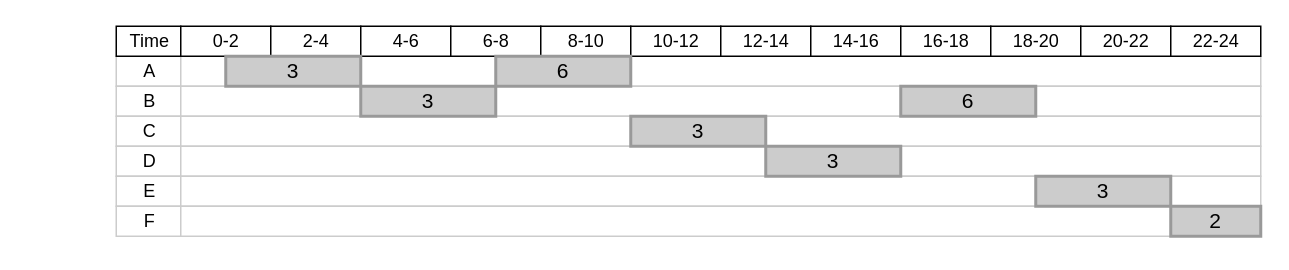
Before: 未命名绘图.drawio in ThisisXXZ/catcher-smoke-test, a draw.io diagram. Source tidied: cells renumbered, new cells numbered last; positions are measured from the earlier drawing's top-left corner, leaving out a move shared by most shapes. Both pictures are drawn from the tidied source at 150%, with x=0, y=0 at pixel (116, 26).
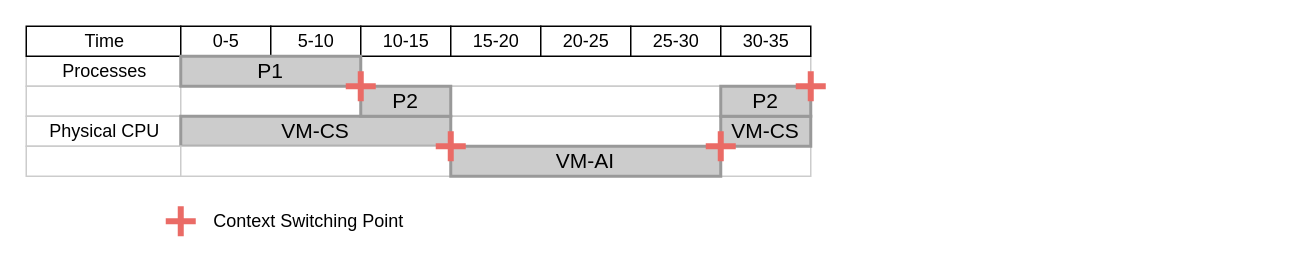
The same diagram, later.

Commit message:
更新未命名绘图.drawio

The edit, as a diff of the source:
```diff
@@
-    <mxCell id="2" value="A" style="align=center;strokeColor=#CCCCCC;html=1;" parent="1" vertex="1">
-      <mxGeometry y="20" width="43" height="20" as="geometry" />
+    <mxCell id="2" value="Processes" style="align=center;strokeColor=#CCCCCC;html=1;" parent="1" vertex="1">
+      <mxGeometry x="-60" y="20" width="103" height="20" as="geometry" />
     </mxCell>
-    <mxCell id="3" value="B" style="align=center;strokeColor=#CCCCCC;html=1;" parent="1" vertex="1">
-      <mxGeometry y="40" width="43" height="20" as="geometry" />
+    <mxCell id="3" style="align=center;strokeColor=#CCCCCC;html=1;" parent="1" vertex="1">
+      <mxGeometry x="-60" y="40" width="103" height="20" as="geometry" />
     </mxCell>
-    <mxCell id="4" value="C" style="align=center;strokeColor=#CCCCCC;html=1;" parent="1" vertex="1">
-      <mxGeometry y="60" width="43" height="20" as="geometry" />
+    <mxCell id="4" value="Physical CPU" style="align=center;strokeColor=#CCCCCC;html=1;" parent="1" vertex="1">
+      <mxGeometry x="-60" y="60" width="103" height="20" as="geometry" />
     </mxCell>
-    <mxCell id="5" value="D" style="align=center;strokeColor=#CCCCCC;html=1;" parent="1" vertex="1">
-      <mxGeometry y="80" width="43" height="20" as="geometry" />
-    </mxCell>
-    <mxCell id="6" value="E" style="align=center;strokeColor=#CCCCCC;html=1;" parent="1" vertex="1">
-      <mxGeometry y="100" width="43" height="20" as="geometry" />
-    </mxCell>
-    <mxCell id="7" value="F" style="align=center;strokeColor=#CCCCCC;html=1;" parent="1" vertex="1">
-      <mxGeometry y="120" width="43" height="20" as="geometry" />
-    </mxCell>
     <mxCell id="8" value="Time" style="strokeWidth=1;fontStyle=0;html=1;" parent="1" vertex="1">
-      <mxGeometry width="43" height="20" as="geometry" />
+      <mxGeometry x="-60" width="103" height="20" as="geometry" />
     </mxCell>
     <mxCell id="9" style="align=left;strokeColor=#CCCCCC;html=1;" parent="1" vertex="1">
-      <mxGeometry x="43" y="20" width="720" height="20" as="geometry" />
+      <mxGeometry x="43" y="20" width="420" height="20" as="geometry" />
     </mxCell>
-    <mxCell id="10" value="0-2" style="strokeWidth=1;fontStyle=0;html=1;" parent="1" vertex="1">
+    <mxCell id="10" value="0-5" style="strokeWidth=1;fontStyle=0;html=1;" parent="1" vertex="1">
       <mxGeometry x="43" width="60" height="20" as="geometry" />
     </mxCell>
-    <mxCell id="11" value="2-4" style="strokeWidth=1;fontStyle=0;html=1;" parent="1" vertex="1">
+    <mxCell id="11" value="5-10" style="strokeWidth=1;fontStyle=0;html=1;" parent="1" vertex="1">
       <mxGeometry x="103" width="60" height="20" as="geometry" />
     </mxCell>
-    <mxCell id="12" value="4-6" style="strokeWidth=1;fontStyle=0;html=1;" parent="1" vertex="1">
+    <mxCell id="12" value="10-15" style="strokeWidth=1;fontStyle=0;html=1;" parent="1" vertex="1">
       <mxGeometry x="163" width="60" height="20" as="geometry" />
     </mxCell>
-    <mxCell id="13" value="6-8" style="strokeWidth=1;fontStyle=0;html=1;" parent="1" vertex="1">
+    <mxCell id="13" value="15-20" style="strokeWidth=1;fontStyle=0;html=1;" parent="1" vertex="1">
       <mxGeometry x="223" width="60" height="20" as="geometry" />
     </mxCell>
-    <mxCell id="14" value="8-10" style="strokeWidth=1;fontStyle=0;html=1;" parent="1" vertex="1">
+    <mxCell id="14" value="20-25" style="strokeWidth=1;fontStyle=0;html=1;" parent="1" vertex="1">
       <mxGeometry x="283" width="60" height="20" as="geometry" />
     </mxCell>
-    <mxCell id="15" value="10-12" style="strokeWidth=1;fontStyle=0;html=1;" parent="1" vertex="1">
+    <mxCell id="15" value="25-30" style="strokeWidth=1;fontStyle=0;html=1;" parent="1" vertex="1">
       <mxGeometry x="343" width="60" height="20" as="geometry" />
     </mxCell>
-    <mxCell id="16" value="12-14" style="strokeWidth=1;fontStyle=0;html=1;" parent="1" vertex="1">
+    <mxCell id="16" value="30-35" style="strokeWidth=1;fontStyle=0;html=1;" parent="1" vertex="1">
       <mxGeometry x="403" width="60" height="20" as="geometry" />
     </mxCell>
-    <mxCell id="17" value="14-16" style="strokeWidth=1;fontStyle=0;html=1;" parent="1" vertex="1">
-      <mxGeometry x="463" width="60" height="20" as="geometry" />
-    </mxCell>
-    <mxCell id="18" value="16-18" style="strokeWidth=1;fontStyle=0;html=1;" parent="1" vertex="1">
-      <mxGeometry x="523" width="60" height="20" as="geometry" />
-    </mxCell>
-    <mxCell id="19" value="18-20" style="strokeWidth=1;fontStyle=0;html=1;" parent="1" vertex="1">
-      <mxGeometry x="583" width="60" height="20" as="geometry" />
-    </mxCell>
-    <mxCell id="20" value="20-22" style="strokeWidth=1;fontStyle=0;html=1;" parent="1" vertex="1">
-      <mxGeometry x="643" width="60" height="20" as="geometry" />
-    </mxCell>
-    <mxCell id="21" value="22-24" style="strokeWidth=1;fontStyle=0;html=1;" parent="1" vertex="1">
-      <mxGeometry x="703" width="60" height="20" as="geometry" />
-    </mxCell>
     <mxCell id="22" style="align=left;strokeColor=#CCCCCC;html=1;" parent="1" vertex="1">
-      <mxGeometry x="43" y="40" width="720" height="20" as="geometry" />
+      <mxGeometry x="43" y="40" width="420" height="20" as="geometry" />
     </mxCell>
     <mxCell id="23" style="align=left;strokeColor=#CCCCCC;html=1;" parent="1" vertex="1">
-      <mxGeometry x="43" y="60" width="720" height="20" as="geometry" />
+      <mxGeometry x="43" y="60" width="420" height="20" as="geometry" />
     </mxCell>
-    <mxCell id="24" style="align=left;strokeColor=#CCCCCC;html=1;" parent="1" vertex="1">
-      <mxGeometry x="43" y="80" width="720" height="20" as="geometry" />
-    </mxCell>
-    <mxCell id="25" style="align=left;strokeColor=#CCCCCC;html=1;" parent="1" vertex="1">
-      <mxGeometry x="43" y="100" width="720" height="20" as="geometry" />
-    </mxCell>
-    <mxCell id="26" style="align=left;strokeColor=#CCCCCC;html=1;" parent="1" vertex="1">
-      <mxGeometry x="43" y="120" width="720" height="20" as="geometry" />
-    </mxCell>
-    <mxCell id="27" value="3" style="whiteSpace=wrap;html=1;strokeWidth=2;fillColor=#CCCCCC;gradientColor=none;fontSize=14;align=center;strokeColor=#999999;" parent="1" vertex="1">
-      <mxGeometry x="73" y="20" width="90" height="20" as="geometry" />
+    <mxCell id="27" value="VM-CS" style="whiteSpace=wrap;html=1;strokeWidth=2;fillColor=#CCCCCC;gradientColor=none;fontSize=14;align=center;strokeColor=#999999;" parent="1" vertex="1">
+      <mxGeometry x="43" y="60" width="180" height="20" as="geometry" />
     </mxCell>
-    <mxCell id="28" value="3" style="whiteSpace=wrap;html=1;strokeWidth=2;fillColor=#CCCCCC;gradientColor=none;fontSize=14;align=center;strokeColor=#999999;" parent="1" vertex="1">
-      <mxGeometry x="163" y="40" width="90" height="20" as="geometry" />
-    </mxCell>
-    <mxCell id="29" value="3" style="whiteSpace=wrap;html=1;strokeWidth=2;fillColor=#CCCCCC;gradientColor=none;fontSize=14;align=center;strokeColor=#999999;" parent="1" vertex="1">
-      <mxGeometry x="343" y="60" width="90" height="20" as="geometry" />
-    </mxCell>
-    <mxCell id="30" value="3" style="whiteSpace=wrap;html=1;strokeWidth=2;fillColor=#CCCCCC;gradientColor=none;fontSize=14;align=center;strokeColor=#999999;" parent="1" vertex="1">
-      <mxGeometry x="433" y="80" width="90" height="20" as="geometry" />
-    </mxCell>
-    <mxCell id="31" value="3" style="whiteSpace=wrap;html=1;strokeWidth=2;fillColor=#CCCCCC;gradientColor=none;fontSize=14;align=center;strokeColor=#999999;" parent="1" vertex="1">
-      <mxGeometry x="613" y="100" width="90" height="20" as="geometry" />
-    </mxCell>
-    <mxCell id="32" value="2" style="whiteSpace=wrap;html=1;strokeWidth=2;fillColor=#CCCCCC;gradientColor=none;fontSize=14;align=center;strokeColor=#999999;" parent="1" vertex="1">
-      <mxGeometry x="703" y="120" width="60" height="20" as="geometry" />
-    </mxCell>
-    <mxCell id="33" value="6" style="whiteSpace=wrap;html=1;strokeWidth=2;fillColor=#CCCCCC;gradientColor=none;fontSize=14;align=center;strokeColor=#999999;" parent="1" vertex="1">
-      <mxGeometry x="253" y="20" width="90" height="20" as="geometry" />
-    </mxCell>
-    <mxCell id="34" value="6" style="whiteSpace=wrap;html=1;strokeWidth=2;fillColor=#CCCCCC;gradientColor=none;fontSize=14;align=center;strokeColor=#999999;" parent="1" vertex="1">
-      <mxGeometry x="523" y="40" width="90" height="20" as="geometry" />
-    </mxCell>
+    <mxCell id="35" style="align=center;strokeColor=#CCCCCC;html=1;" parent="1" vertex="1">
+      <mxGeometry x="-60" y="80" width="103" height="20" as="geometry" />
+    </mxCell>
+    <mxCell id="36" style="align=left;strokeColor=#CCCCCC;html=1;" parent="1" vertex="1">
+      <mxGeometry x="43" y="80" width="420" height="20" as="geometry" />
+    </mxCell>
+    <mxCell id="37" value="VM-AI" style="whiteSpace=wrap;html=1;strokeWidth=2;fillColor=#CCCCCC;gradientColor=none;fontSize=14;align=center;strokeColor=#999999;" parent="1" vertex="1">
+      <mxGeometry x="223" y="80" width="180" height="20" as="geometry" />
+    </mxCell>
+    <mxCell id="38" value="VM-CS" style="whiteSpace=wrap;html=1;strokeWidth=2;fillColor=#CCCCCC;gradientColor=none;fontSize=14;align=center;strokeColor=#999999;" parent="1" vertex="1">
+      <mxGeometry x="403" y="60" width="60" height="20" as="geometry" />
+    </mxCell>
+    <mxCell id="39" value="P1" style="whiteSpace=wrap;html=1;strokeWidth=2;fillColor=#CCCCCC;gradientColor=none;fontSize=14;align=center;strokeColor=#999999;" parent="1" vertex="1">
+      <mxGeometry x="43" y="20" width="120" height="20" as="geometry" />
+    </mxCell>
+    <mxCell id="40" value="P2" style="whiteSpace=wrap;html=1;strokeWidth=2;fillColor=#CCCCCC;gradientColor=none;fontSize=14;align=center;strokeColor=#999999;" parent="1" vertex="1">
+      <mxGeometry x="163" y="40" width="60" height="20" as="geometry" />
+    </mxCell>
+    <mxCell id="41" value="P2" style="whiteSpace=wrap;html=1;strokeWidth=2;fillColor=#CCCCCC;gradientColor=none;fontSize=14;align=center;strokeColor=#999999;" parent="1" vertex="1">
+      <mxGeometry x="403" y="40" width="60" height="20" as="geometry" />
+    </mxCell>
+    <mxCell id="42" style="shape=cross;whiteSpace=wrap;html=1;fillColor=#EA6B66;strokeColor=none;" parent="1" vertex="1">
+      <mxGeometry x="153" y="30" width="20" height="20" as="geometry" />
+    </mxCell>
+    <mxCell id="43" style="shape=cross;whiteSpace=wrap;html=1;strokeColor=none;fillColor=#EA6B66;" parent="1" vertex="1">
+      <mxGeometry x="213" y="70" width="20" height="20" as="geometry" />
+    </mxCell>
+    <mxCell id="44" style="shape=cross;whiteSpace=wrap;html=1;strokeColor=none;fillColor=#EA6B66;" parent="1" vertex="1">
+      <mxGeometry x="393" y="70" width="20" height="20" as="geometry" />
+    </mxCell>
+    <mxCell id="45" style="shape=cross;whiteSpace=wrap;html=1;strokeColor=none;fillColor=#EA6B66;" parent="1" vertex="1">
+      <mxGeometry x="453" y="30" width="20" height="20" as="geometry" />
+    </mxCell>
+    <mxCell id="46" style="shape=cross;whiteSpace=wrap;html=1;fillColor=#EA6B66;strokeColor=none;" parent="1" vertex="1">
+      <mxGeometry x="33" y="120" width="20" height="20" as="geometry" />
+    </mxCell>
+    <mxCell id="47" value="Context Switching Point" style="text;html=1;align=center;verticalAlign=middle;strokeColor=none;fillColor=none;" parent="1" vertex="1">
+      <mxGeometry x="53" y="115" width="150" height="30" as="geometry" />
+    </mxCell>
```
